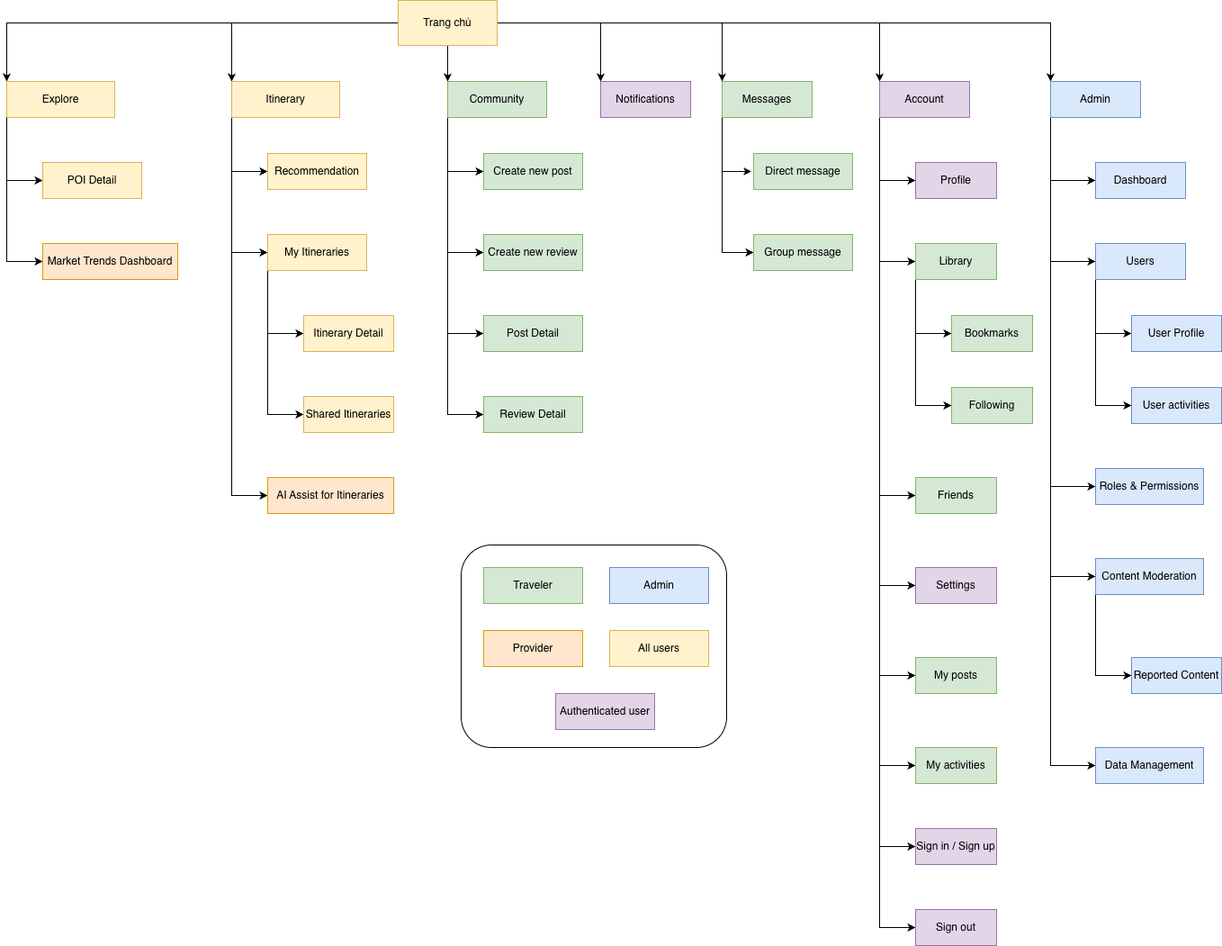
Above: Images/7. System Design/Sitemap.png in TravelEZ-2025-2026/DACN-Report-LaTex (draw.io), before the change. Source tidied: cells renumbered, new cells last; positions are measured from the earlier drawing's top-left corner, leaving out a move shared by most shapes.
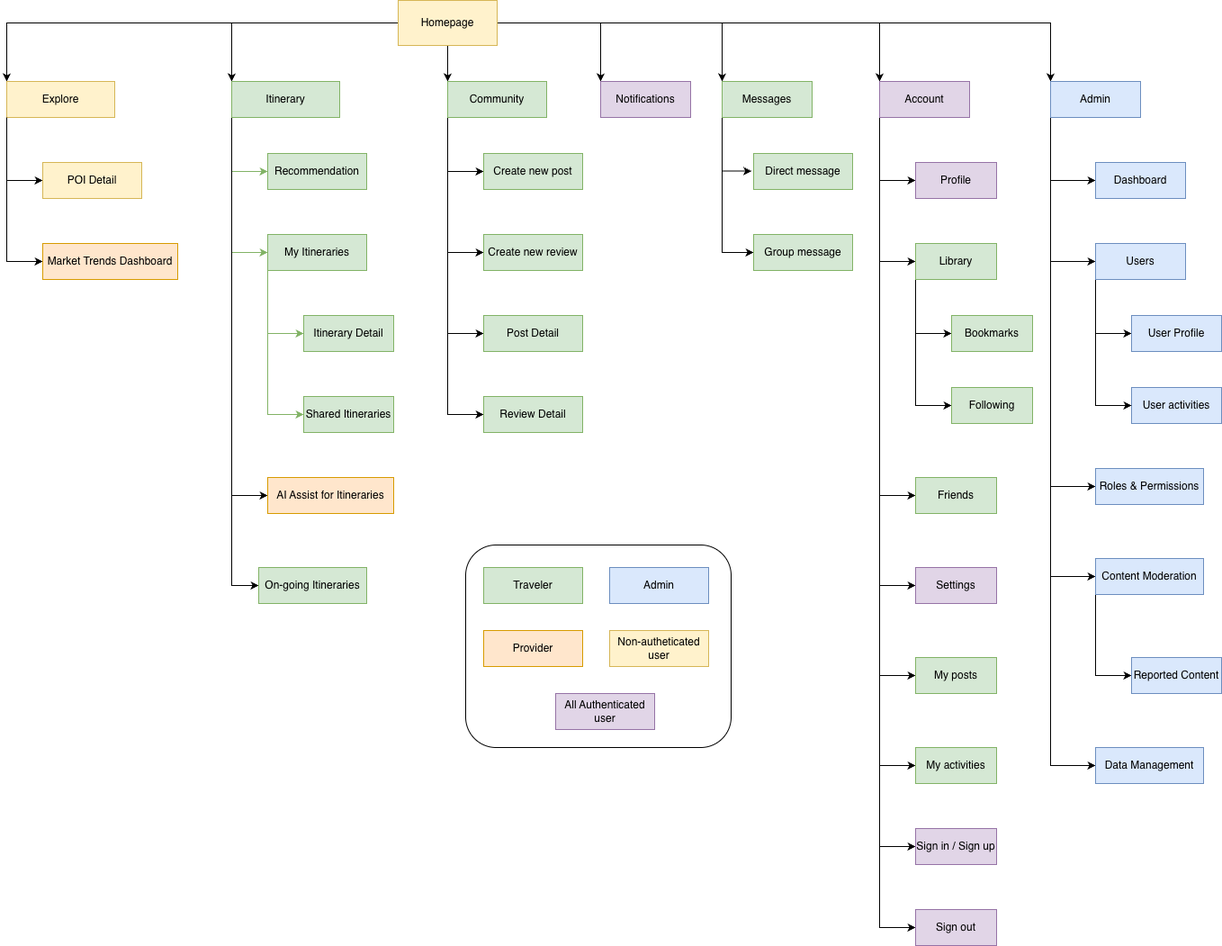
The same diagram one commit later.

Commit message:
[doc] update nfr + sitemap

Diff of the diagram source:
```diff
@@ -27,7 +27,7 @@
     <mxCell id="8" style="edgeStyle=orthogonalEdgeStyle;rounded=0;jettySize=auto;html=1;entryX=0;entryY=0;entryDx=0;entryDy=0;" parent="1" edge="1" source="9" target="60">
       <mxGeometry relative="1" as="geometry" />
     </mxCell>
-    <mxCell id="9" value="Trang chủ" style="html=1;whiteSpace=wrap;fillColor=#fff2cc;strokeColor=#d6b656;" parent="1" vertex="1">
+    <mxCell id="9" value="Homepage" style="html=1;whiteSpace=wrap;fillColor=#fff2cc;strokeColor=#d6b656;" parent="1" vertex="1">
       <mxGeometry x="435" width="110" height="50" as="geometry" />
     </mxCell>
     <mxCell id="10" style="edgeStyle=orthogonalEdgeStyle;rounded=0;jettySize=auto;html=1;entryX=0;entryY=0.5;entryDx=0;entryDy=0;exitX=0;exitY=1;exitDx=0;exitDy=0;" parent="1" edge="1" source="11" target="13">
@@ -46,7 +46,7 @@
     <mxCell id="13" value="Market Trends Dashboard" style="html=1;whiteSpace=wrap;fillColor=#ffe6cc;strokeColor=#d79b00;" parent="1" vertex="1">
       <mxGeometry x="40" y="270" width="150" height="40" as="geometry" />
     </mxCell>
-    <mxCell id="14" style="edgeStyle=orthogonalEdgeStyle;rounded=0;jettySize=auto;html=1;entryX=0;entryY=0.5;entryDx=0;entryDy=0;" parent="1" edge="1" target="20">
+    <mxCell id="14" style="edgeStyle=orthogonalEdgeStyle;rounded=0;jettySize=auto;html=1;entryX=0;entryY=0.5;entryDx=0;entryDy=0;fillColor=#d5e8d4;strokeColor=#82b366;" parent="1" edge="1" target="20">
       <mxGeometry relative="1" as="geometry">
         <mxPoint x="250" y="130" as="sourcePoint" />
         <Array as="points">
@@ -54,28 +54,35 @@
         </Array>
       </mxGeometry>
     </mxCell>
-    <mxCell id="15" style="edgeStyle=orthogonalEdgeStyle;rounded=0;jettySize=auto;html=1;entryX=0;entryY=0.5;entryDx=0;entryDy=0;exitX=0;exitY=1;exitDx=0;exitDy=0;" parent="1" edge="1" source="17" target="22">
+    <mxCell id="15" style="edgeStyle=orthogonalEdgeStyle;rounded=0;jettySize=auto;html=1;entryX=0;entryY=0.5;entryDx=0;entryDy=0;exitX=0;exitY=1;exitDx=0;exitDy=0;fillColor=#d5e8d4;strokeColor=#82b366;" parent="1" edge="1" source="17" target="22">
       <mxGeometry relative="1" as="geometry" />
     </mxCell>
     <mxCell id="16" style="edgeStyle=orthogonalEdgeStyle;rounded=0;jettySize=auto;html=1;entryX=0;entryY=0.5;entryDx=0;entryDy=0;exitX=0;exitY=1;exitDx=0;exitDy=0;" parent="1" edge="1" source="17" target="23">
       <mxGeometry relative="1" as="geometry" />
     </mxCell>
+    <mxCell id="85" style="edgeStyle=orthogonalEdgeStyle;rounded=0;jettySize=auto;html=1;entryX=0;entryY=0.5;entryDx=0;entryDy=0;" parent="1" edge="1" source="17" target="86">
+      <mxGeometry relative="1" as="geometry">
+        <Array as="points">
+          <mxPoint x="250" y="650" />
+        </Array>
+      </mxGeometry>
+    </mxCell>
-    <mxCell id="17" value="Itinerary" style="html=1;whiteSpace=wrap;fillColor=#fff2cc;strokeColor=#d6b656;" parent="1" vertex="1">
+    <mxCell id="17" value="Itinerary" style="html=1;whiteSpace=wrap;fillColor=#d5e8d4;strokeColor=#82b366;" parent="1" vertex="1">
       <mxGeometry x="250" y="90" width="120" height="40" as="geometry" />
     </mxCell>
-    <mxCell id="18" style="edgeStyle=orthogonalEdgeStyle;rounded=0;jettySize=auto;html=1;entryX=0;entryY=0.5;entryDx=0;entryDy=0;exitX=0;exitY=1;exitDx=0;exitDy=0;" parent="1" edge="1" source="20" target="21">
+    <mxCell id="18" style="edgeStyle=orthogonalEdgeStyle;rounded=0;jettySize=auto;html=1;entryX=0;entryY=0.5;entryDx=0;entryDy=0;exitX=0;exitY=1;exitDx=0;exitDy=0;fillColor=#d5e8d4;strokeColor=#82b366;" parent="1" edge="1" source="20" target="21">
       <mxGeometry relative="1" as="geometry" />
     </mxCell>
-    <mxCell id="19" style="edgeStyle=orthogonalEdgeStyle;rounded=0;jettySize=auto;html=1;entryX=0;entryY=0.5;entryDx=0;entryDy=0;exitX=0;exitY=1;exitDx=0;exitDy=0;" parent="1" edge="1" source="20" target="66">
+    <mxCell id="19" style="edgeStyle=orthogonalEdgeStyle;rounded=0;jettySize=auto;html=1;entryX=0;entryY=0.5;entryDx=0;entryDy=0;exitX=0;exitY=1;exitDx=0;exitDy=0;fillColor=#d5e8d4;strokeColor=#82b366;" parent="1" edge="1" source="20" target="66">
       <mxGeometry relative="1" as="geometry" />
     </mxCell>
-    <mxCell id="20" value="My Itineraries" style="html=1;whiteSpace=wrap;fillColor=#fff2cc;strokeColor=#d6b656;" parent="1" vertex="1">
+    <mxCell id="20" value="My Itineraries" style="html=1;whiteSpace=wrap;fillColor=#d5e8d4;strokeColor=#82b366;" parent="1" vertex="1">
       <mxGeometry x="290" y="260" width="110" height="40" as="geometry" />
     </mxCell>
-    <mxCell id="21" value="Itinerary Detail" style="html=1;whiteSpace=wrap;fillColor=#fff2cc;strokeColor=#d6b656;" parent="1" vertex="1">
+    <mxCell id="21" value="Itinerary Detail" style="html=1;whiteSpace=wrap;fillColor=#d5e8d4;strokeColor=#82b366;" parent="1" vertex="1">
       <mxGeometry x="330" y="350" width="100" height="40" as="geometry" />
     </mxCell>
-    <mxCell id="22" value="Recommendation" style="html=1;whiteSpace=wrap;fillColor=#fff2cc;strokeColor=#d6b656;" parent="1" vertex="1">
+    <mxCell id="22" value="Recommendation" style="html=1;whiteSpace=wrap;fillColor=#d5e8d4;strokeColor=#82b366;" parent="1" vertex="1">
       <mxGeometry x="290" y="170" width="110" height="40" as="geometry" />
     </mxCell>
     <mxCell id="23" value="AI Assist for Itineraries" style="html=1;whiteSpace=wrap;fillColor=#ffe6cc;strokeColor=#d79b00;" parent="1" vertex="1">
@@ -287,7 +294,7 @@
     <mxCell id="65" value="User Profile" style="html=1;whiteSpace=wrap;fillColor=#dae8fc;strokeColor=#6c8ebf;" parent="1" vertex="1">
       <mxGeometry x="1250" y="350" width="100" height="40" as="geometry" />
     </mxCell>
-    <mxCell id="66" value="Shared Itineraries" style="html=1;whiteSpace=wrap;fillColor=#fff2cc;strokeColor=#d6b656;" parent="1" vertex="1">
+    <mxCell id="66" value="Shared Itineraries" style="html=1;whiteSpace=wrap;fillColor=#d5e8d4;strokeColor=#82b366;" parent="1" vertex="1">
       <mxGeometry x="330" y="440" width="100" height="40" as="geometry" />
     </mxCell>
     <mxCell id="67" value="Create new post" style="html=1;whiteSpace=wrap;fillColor=#d5e8d4;strokeColor=#82b366;" parent="1" vertex="1">
@@ -333,11 +340,11 @@
     <mxCell id="79" value="Admin" style="html=1;whiteSpace=wrap;fillColor=#dae8fc;strokeColor=#6c8ebf;" parent="1" vertex="1">
       <mxGeometry x="670" y="630" width="110" height="40" as="geometry" />
     </mxCell>
-    <mxCell id="80" value="All users" style="html=1;whiteSpace=wrap;fillColor=#fff2cc;strokeColor=#d6b656;" parent="1" vertex="1">
+    <mxCell id="80" value="Non-autheticated user" style="html=1;whiteSpace=wrap;fillColor=#fff2cc;strokeColor=#d6b656;" parent="1" vertex="1">
       <mxGeometry x="670" y="700" width="110" height="40" as="geometry" />
     </mxCell>
     <mxCell id="81" style="rounded=1;whiteSpace=wrap;html=1;fillColor=none;" parent="1" vertex="1">
-      <mxGeometry x="505" y="605" width="295" height="225" as="geometry" />
+      <mxGeometry x="510" y="605" width="295" height="225" as="geometry" />
     </mxCell>
     <mxCell id="82" value="Sign in / Sign up" style="html=1;whiteSpace=wrap;fillColor=#e1d5e7;strokeColor=#9673a6;" parent="1" vertex="1">
       <mxGeometry x="1010" y="920" width="90" height="40" as="geometry" />
@@ -345,8 +352,11 @@
     <mxCell id="83" value="Sign out" style="html=1;whiteSpace=wrap;fillColor=#e1d5e7;strokeColor=#9673a6;" parent="1" vertex="1">
       <mxGeometry x="1010" y="1010" width="90" height="40" as="geometry" />
     </mxCell>
-    <mxCell id="84" value="Authenticated user" style="html=1;whiteSpace=wrap;fillColor=#e1d5e7;strokeColor=#9673a6;" parent="1" vertex="1">
+    <mxCell id="84" value="All Authenticated user" style="html=1;whiteSpace=wrap;fillColor=#e1d5e7;strokeColor=#9673a6;" parent="1" vertex="1">
       <mxGeometry x="610" y="770" width="110" height="40" as="geometry" />
     </mxCell>
+    <mxCell id="86" value="On-going Itineraries" style="html=1;whiteSpace=wrap;fillColor=#d5e8d4;strokeColor=#82b366;" parent="1" vertex="1">
+      <mxGeometry x="280" y="630" width="120" height="40" as="geometry" />
+    </mxCell>
   </root>
 </mxGraphModel>
```
